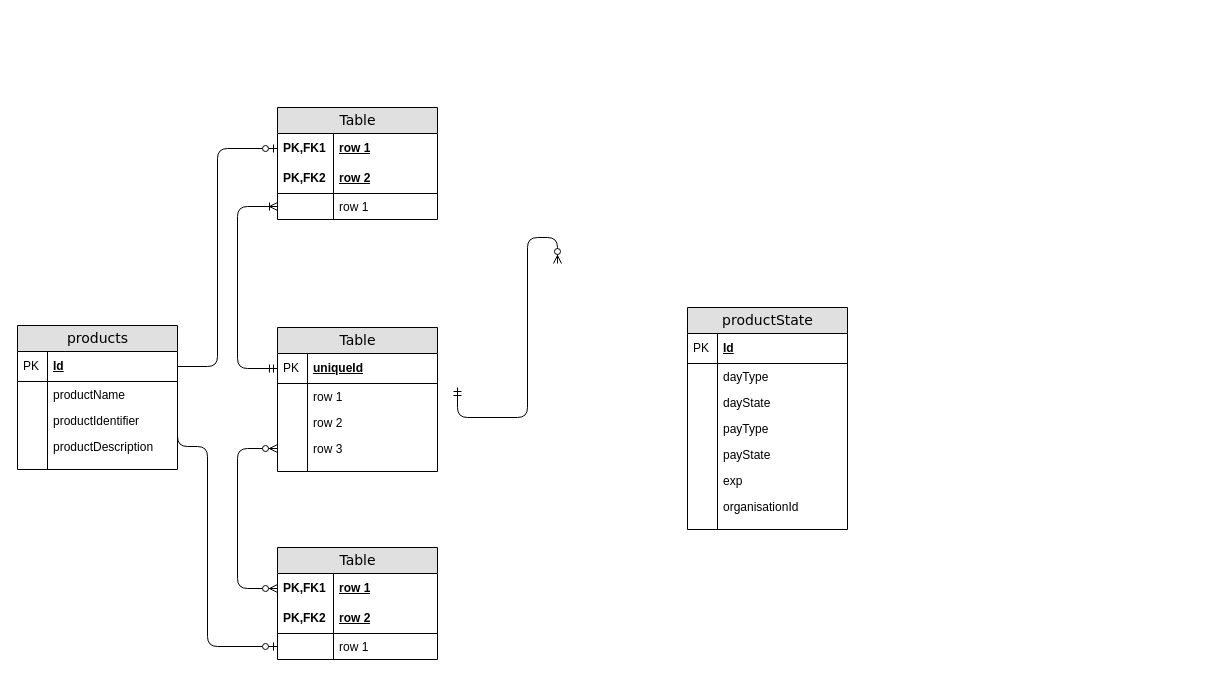
This is backStageRelation.drawio from Shiva1010/myFlow, a draw.io file, before an edit. Source tidied: cells renumbered, new cells numbered last; positions are measured from the earlier drawing's top-left corner, leaving out a move shared by most shapes. Both pictures are drawn from the tidied source at 100%, with x=0, y=0 at pixel (17, 107).
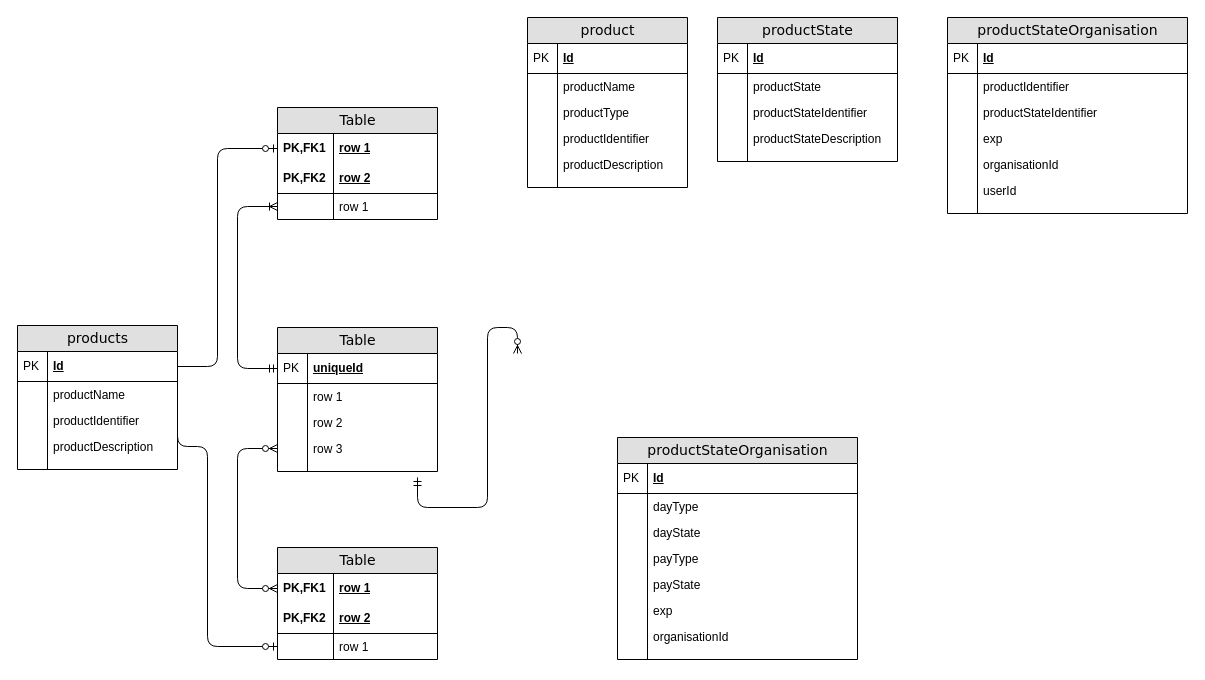
The same page after the edit.

The edit, as a diff of the source:
```diff
@@
     <mxCell id="29" style="edgeStyle=orthogonalEdgeStyle;html=1;endArrow=ERzeroToMany;startArrow=ERmandOne;labelBackgroundColor=none;fontFamily=Verdana;fontSize=14;entryX=0;entryY=0.308;entryPerimeter=0;exitX=0;exitY=0.5;" parent="1" edge="1">
       <mxGeometry relative="1" as="geometry">
-        <mxPoint x="440" y="280" as="sourcePoint" />
-        <mxPoint x="540" y="156" as="targetPoint" />
+        <mxPoint x="400" y="370" as="sourcePoint" />
+        <mxPoint x="500" y="246" as="targetPoint" />
         <Array as="points">
-          <mxPoint x="510" y="310" />
-          <mxPoint x="510" y="130" />
+          <mxPoint x="470" y="400" />
+          <mxPoint x="470" y="220" />
         </Array>
       </mxGeometry>
     </mxCell>
@@
-    <mxCell id="43" value="productState" style="swimlane;html=1;fontStyle=0;horizontal=1;startSize=26;fillColor=#e0e0e0;swimlaneFillColor=#ffffff;align=center;rounded=0;shadow=0;comic=0;labelBackgroundColor=none;strokeWidth=1;fontFamily=Verdana;fontSize=14;" parent="1" vertex="1">
-      <mxGeometry x="670" y="200" width="160" height="222" as="geometry" />
+    <mxCell id="43" value="productStateOrganisation" style="swimlane;html=1;fontStyle=0;horizontal=1;startSize=26;fillColor=#e0e0e0;swimlaneFillColor=#ffffff;align=center;rounded=0;shadow=0;comic=0;labelBackgroundColor=none;strokeWidth=1;fontFamily=Verdana;fontSize=14;" parent="1" vertex="1">
+      <mxGeometry x="930" y="-90" width="240" height="196" as="geometry" />
     </mxCell>
     <mxCell id="44" value="Id" style="shape=partialRectangle;top=0;left=0;right=0;bottom=1;html=1;align=left;verticalAlign=middle;fillColor=none;spacingLeft=34;spacingRight=4;whiteSpace=wrap;overflow=hidden;fontStyle=5;" parent="43" vertex="1">
-      <mxGeometry y="26" width="160" height="30" as="geometry" />
+      <mxGeometry y="26" width="240" height="30" as="geometry" />
     </mxCell>
@@
-    <mxCell id="46" value="dayType" style="shape=partialRectangle;top=0;left=0;right=0;bottom=0;html=1;align=left;verticalAlign=top;fillColor=none;spacingLeft=34;spacingRight=4;whiteSpace=wrap;overflow=hidden;" parent="43" vertex="1">
-      <mxGeometry y="56" width="160" height="26" as="geometry" />
+    <mxCell id="46" value="productIdentifier" style="shape=partialRectangle;top=0;left=0;right=0;bottom=0;html=1;align=left;verticalAlign=top;fillColor=none;spacingLeft=34;spacingRight=4;whiteSpace=wrap;overflow=hidden;" parent="43" vertex="1">
+      <mxGeometry y="56" width="240" height="26" as="geometry" />
     </mxCell>
@@
-    <mxCell id="48" value="dayState" style="shape=partialRectangle;top=0;left=0;right=0;bottom=0;html=1;align=left;verticalAlign=top;fillColor=none;spacingLeft=34;spacingRight=4;whiteSpace=wrap;overflow=hidden;" parent="43" vertex="1">
-      <mxGeometry y="82" width="160" height="26" as="geometry" />
+    <mxCell id="48" value="productStateIdentifier" style="shape=partialRectangle;top=0;left=0;right=0;bottom=0;html=1;align=left;verticalAlign=top;fillColor=none;spacingLeft=34;spacingRight=4;whiteSpace=wrap;overflow=hidden;" parent="43" vertex="1">
+      <mxGeometry y="82" width="240" height="26" as="geometry" />
     </mxCell>
@@
-    <mxCell id="50" value="payType" style="shape=partialRectangle;top=0;left=0;right=0;bottom=0;html=1;align=left;verticalAlign=top;fillColor=none;spacingLeft=34;spacingRight=4;whiteSpace=wrap;overflow=hidden;" parent="43" vertex="1">
-      <mxGeometry y="108" width="160" height="26" as="geometry" />
-    </mxCell>
-    <mxCell id="51" style="shape=partialRectangle;top=0;left=0;bottom=0;html=1;fillColor=none;align=left;verticalAlign=top;spacingLeft=4;spacingRight=4;whiteSpace=wrap;overflow=hidden;" parent="50" vertex="1">
-      <mxGeometry width="30" height="26" as="geometry" />
-    </mxCell>
-    <mxCell id="52" value="payState" style="shape=partialRectangle;top=0;left=0;right=0;bottom=0;html=1;align=left;verticalAlign=top;fillColor=none;spacingLeft=34;spacingRight=4;whiteSpace=wrap;overflow=hidden;" parent="43" vertex="1">
-      <mxGeometry y="134" width="160" height="26" as="geometry" />
-    </mxCell>
-    <mxCell id="53" style="shape=partialRectangle;top=0;left=0;bottom=0;html=1;fillColor=none;align=left;verticalAlign=top;spacingLeft=4;spacingRight=4;whiteSpace=wrap;overflow=hidden;" parent="52" vertex="1">
-      <mxGeometry width="30" height="26" as="geometry" />
-    </mxCell>
     <mxCell id="54" value="exp&lt;br&gt;" style="shape=partialRectangle;top=0;left=0;right=0;bottom=0;html=1;align=left;verticalAlign=top;fillColor=none;spacingLeft=34;spacingRight=4;whiteSpace=wrap;overflow=hidden;" parent="43" vertex="1">
-      <mxGeometry y="160" width="160" height="26" as="geometry" />
+      <mxGeometry y="108" width="240" height="26" as="geometry" />
     </mxCell>
@@
     <mxCell id="56" value="organisationId" style="shape=partialRectangle;top=0;left=0;right=0;bottom=0;html=1;align=left;verticalAlign=top;fillColor=none;spacingLeft=34;spacingRight=4;whiteSpace=wrap;overflow=hidden;" parent="43" vertex="1">
-      <mxGeometry y="186" width="160" height="26" as="geometry" />
+      <mxGeometry y="134" width="240" height="26" as="geometry" />
     </mxCell>
@@
+    <mxCell id="60" value="userId" style="shape=partialRectangle;top=0;left=0;right=0;bottom=0;html=1;align=left;verticalAlign=top;fillColor=none;spacingLeft=34;spacingRight=4;whiteSpace=wrap;overflow=hidden;" parent="43" vertex="1">
+      <mxGeometry y="160" width="240" height="26" as="geometry" />
+    </mxCell>
+    <mxCell id="61" style="shape=partialRectangle;top=0;left=0;bottom=0;html=1;fillColor=none;align=left;verticalAlign=top;spacingLeft=4;spacingRight=4;whiteSpace=wrap;overflow=hidden;" parent="60" vertex="1">
+      <mxGeometry width="30" height="26" as="geometry" />
+    </mxCell>
     <mxCell id="58" style="shape=partialRectangle;top=0;left=0;right=0;bottom=0;html=1;align=left;verticalAlign=top;fillColor=none;spacingLeft=34;spacingRight=4;whiteSpace=wrap;overflow=hidden;" parent="43" vertex="1">
-      <mxGeometry y="212" width="160" height="10" as="geometry" />
+      <mxGeometry y="186" width="240" height="10" as="geometry" />
     </mxCell>
@@
+    <mxCell id="62" value="product" style="swimlane;html=1;fontStyle=0;horizontal=1;startSize=26;fillColor=#e0e0e0;swimlaneFillColor=#ffffff;align=center;rounded=0;shadow=0;comic=0;labelBackgroundColor=none;strokeWidth=1;fontFamily=Verdana;fontSize=14;" parent="1" vertex="1">
+      <mxGeometry x="510" y="-90" width="160" height="170" as="geometry" />
+    </mxCell>
+    <mxCell id="63" value="Id" style="shape=partialRectangle;top=0;left=0;right=0;bottom=1;html=1;align=left;verticalAlign=middle;fillColor=none;spacingLeft=34;spacingRight=4;whiteSpace=wrap;overflow=hidden;fontStyle=5;" parent="62" vertex="1">
+      <mxGeometry y="26" width="160" height="30" as="geometry" />
+    </mxCell>
+    <mxCell id="64" value="PK" style="shape=partialRectangle;top=0;left=0;bottom=0;html=1;fillColor=none;align=left;verticalAlign=middle;spacingLeft=4;spacingRight=4;whiteSpace=wrap;overflow=hidden;" parent="63" vertex="1">
+      <mxGeometry width="30" height="30" as="geometry" />
+    </mxCell>
+    <mxCell id="65" value="productName" style="shape=partialRectangle;top=0;left=0;right=0;bottom=0;html=1;align=left;verticalAlign=top;fillColor=none;spacingLeft=34;spacingRight=4;whiteSpace=wrap;overflow=hidden;" parent="62" vertex="1">
+      <mxGeometry y="56" width="160" height="26" as="geometry" />
+    </mxCell>
+    <mxCell id="66" style="shape=partialRectangle;top=0;left=0;bottom=0;html=1;fillColor=none;align=left;verticalAlign=top;spacingLeft=4;spacingRight=4;whiteSpace=wrap;overflow=hidden;" parent="65" vertex="1">
+      <mxGeometry width="30" height="26" as="geometry" />
+    </mxCell>
+    <mxCell id="67" value="productType" style="shape=partialRectangle;top=0;left=0;right=0;bottom=0;html=1;align=left;verticalAlign=top;fillColor=none;spacingLeft=34;spacingRight=4;whiteSpace=wrap;overflow=hidden;" parent="62" vertex="1">
+      <mxGeometry y="82" width="160" height="26" as="geometry" />
+    </mxCell>
+    <mxCell id="68" style="shape=partialRectangle;top=0;left=0;bottom=0;html=1;fillColor=none;align=left;verticalAlign=top;spacingLeft=4;spacingRight=4;whiteSpace=wrap;overflow=hidden;" parent="67" vertex="1">
+      <mxGeometry width="30" height="26" as="geometry" />
+    </mxCell>
+    <mxCell id="69" value="productIdentifier" style="shape=partialRectangle;top=0;left=0;right=0;bottom=0;html=1;align=left;verticalAlign=top;fillColor=none;spacingLeft=34;spacingRight=4;whiteSpace=wrap;overflow=hidden;" parent="62" vertex="1">
+      <mxGeometry y="108" width="160" height="26" as="geometry" />
+    </mxCell>
+    <mxCell id="70" style="shape=partialRectangle;top=0;left=0;bottom=0;html=1;fillColor=none;align=left;verticalAlign=top;spacingLeft=4;spacingRight=4;whiteSpace=wrap;overflow=hidden;" parent="69" vertex="1">
+      <mxGeometry width="30" height="26" as="geometry" />
+    </mxCell>
+    <mxCell id="71" value="productDescription" style="shape=partialRectangle;top=0;left=0;right=0;bottom=0;html=1;align=left;verticalAlign=top;fillColor=none;spacingLeft=34;spacingRight=4;whiteSpace=wrap;overflow=hidden;" parent="62" vertex="1">
+      <mxGeometry y="134" width="160" height="26" as="geometry" />
+    </mxCell>
+    <mxCell id="72" style="shape=partialRectangle;top=0;left=0;bottom=0;html=1;fillColor=none;align=left;verticalAlign=top;spacingLeft=4;spacingRight=4;whiteSpace=wrap;overflow=hidden;" parent="71" vertex="1">
+      <mxGeometry width="30" height="26" as="geometry" />
+    </mxCell>
+    <mxCell id="73" style="shape=partialRectangle;top=0;left=0;right=0;bottom=0;html=1;align=left;verticalAlign=top;fillColor=none;spacingLeft=34;spacingRight=4;whiteSpace=wrap;overflow=hidden;" parent="62" vertex="1">
+      <mxGeometry y="160" width="160" height="10" as="geometry" />
+    </mxCell>
+    <mxCell id="74" style="shape=partialRectangle;top=0;left=0;bottom=0;html=1;fillColor=none;align=left;verticalAlign=top;spacingLeft=4;spacingRight=4;whiteSpace=wrap;overflow=hidden;" parent="73" vertex="1">
+      <mxGeometry width="30" height="10" as="geometry" />
+    </mxCell>
+    <mxCell id="75" value="productState" style="swimlane;html=1;fontStyle=0;horizontal=1;startSize=26;fillColor=#e0e0e0;swimlaneFillColor=#ffffff;align=center;rounded=0;shadow=0;comic=0;labelBackgroundColor=none;strokeWidth=1;fontFamily=Verdana;fontSize=14;" parent="1" vertex="1">
+      <mxGeometry x="700" y="-90" width="180" height="144" as="geometry" />
+    </mxCell>
+    <mxCell id="76" value="Id" style="shape=partialRectangle;top=0;left=0;right=0;bottom=1;html=1;align=left;verticalAlign=middle;fillColor=none;spacingLeft=34;spacingRight=4;whiteSpace=wrap;overflow=hidden;fontStyle=5;" parent="75" vertex="1">
+      <mxGeometry y="26" width="180" height="30" as="geometry" />
+    </mxCell>
+    <mxCell id="77" value="PK" style="shape=partialRectangle;top=0;left=0;bottom=0;html=1;fillColor=none;align=left;verticalAlign=middle;spacingLeft=4;spacingRight=4;whiteSpace=wrap;overflow=hidden;" parent="76" vertex="1">
+      <mxGeometry width="30" height="30" as="geometry" />
+    </mxCell>
+    <mxCell id="78" value="productState" style="shape=partialRectangle;top=0;left=0;right=0;bottom=0;html=1;align=left;verticalAlign=top;fillColor=none;spacingLeft=34;spacingRight=4;whiteSpace=wrap;overflow=hidden;" parent="75" vertex="1">
+      <mxGeometry y="56" width="180" height="26" as="geometry" />
+    </mxCell>
+    <mxCell id="79" style="shape=partialRectangle;top=0;left=0;bottom=0;html=1;fillColor=none;align=left;verticalAlign=top;spacingLeft=4;spacingRight=4;whiteSpace=wrap;overflow=hidden;" parent="78" vertex="1">
+      <mxGeometry width="30" height="26" as="geometry" />
+    </mxCell>
+    <mxCell id="80" value="productStateIdentifier" style="shape=partialRectangle;top=0;left=0;right=0;bottom=0;html=1;align=left;verticalAlign=top;fillColor=none;spacingLeft=34;spacingRight=4;whiteSpace=wrap;overflow=hidden;" parent="75" vertex="1">
+      <mxGeometry y="82" width="180" height="26" as="geometry" />
+    </mxCell>
+    <mxCell id="81" style="shape=partialRectangle;top=0;left=0;bottom=0;html=1;fillColor=none;align=left;verticalAlign=top;spacingLeft=4;spacingRight=4;whiteSpace=wrap;overflow=hidden;" parent="80" vertex="1">
+      <mxGeometry width="30" height="26" as="geometry" />
+    </mxCell>
+    <mxCell id="82" value="productStateDescription" style="shape=partialRectangle;top=0;left=0;right=0;bottom=0;html=1;align=left;verticalAlign=top;fillColor=none;spacingLeft=34;spacingRight=4;whiteSpace=wrap;overflow=hidden;" parent="75" vertex="1">
+      <mxGeometry y="108" width="180" height="26" as="geometry" />
+    </mxCell>
+    <mxCell id="83" style="shape=partialRectangle;top=0;left=0;bottom=0;html=1;fillColor=none;align=left;verticalAlign=top;spacingLeft=4;spacingRight=4;whiteSpace=wrap;overflow=hidden;" parent="82" vertex="1">
+      <mxGeometry width="30" height="26" as="geometry" />
+    </mxCell>
+    <mxCell id="84" style="shape=partialRectangle;top=0;left=0;right=0;bottom=0;html=1;align=left;verticalAlign=top;fillColor=none;spacingLeft=34;spacingRight=4;whiteSpace=wrap;overflow=hidden;" parent="75" vertex="1">
+      <mxGeometry y="134" width="180" height="10" as="geometry" />
+    </mxCell>
+    <mxCell id="85" style="shape=partialRectangle;top=0;left=0;bottom=0;html=1;fillColor=none;align=left;verticalAlign=top;spacingLeft=4;spacingRight=4;whiteSpace=wrap;overflow=hidden;" parent="84" vertex="1">
+      <mxGeometry width="30" height="10" as="geometry" />
+    </mxCell>
+    <mxCell id="86" value="productStateOrganisation" style="swimlane;html=1;fontStyle=0;horizontal=1;startSize=26;fillColor=#e0e0e0;swimlaneFillColor=#ffffff;align=center;rounded=0;shadow=0;comic=0;labelBackgroundColor=none;strokeWidth=1;fontFamily=Verdana;fontSize=14;" parent="1" vertex="1">
+      <mxGeometry x="600" y="330" width="240" height="222" as="geometry" />
+    </mxCell>
+    <mxCell id="87" value="Id" style="shape=partialRectangle;top=0;left=0;right=0;bottom=1;html=1;align=left;verticalAlign=middle;fillColor=none;spacingLeft=34;spacingRight=4;whiteSpace=wrap;overflow=hidden;fontStyle=5;" parent="86" vertex="1">
+      <mxGeometry y="26" width="240" height="30" as="geometry" />
+    </mxCell>
+    <mxCell id="88" value="PK" style="shape=partialRectangle;top=0;left=0;bottom=0;html=1;fillColor=none;align=left;verticalAlign=middle;spacingLeft=4;spacingRight=4;whiteSpace=wrap;overflow=hidden;" parent="87" vertex="1">
+      <mxGeometry width="30" height="30" as="geometry" />
+    </mxCell>
+    <mxCell id="89" value="dayType" style="shape=partialRectangle;top=0;left=0;right=0;bottom=0;html=1;align=left;verticalAlign=top;fillColor=none;spacingLeft=34;spacingRight=4;whiteSpace=wrap;overflow=hidden;" parent="86" vertex="1">
+      <mxGeometry y="56" width="240" height="26" as="geometry" />
+    </mxCell>
+    <mxCell id="90" style="shape=partialRectangle;top=0;left=0;bottom=0;html=1;fillColor=none;align=left;verticalAlign=top;spacingLeft=4;spacingRight=4;whiteSpace=wrap;overflow=hidden;" parent="89" vertex="1">
+      <mxGeometry width="30" height="26" as="geometry" />
+    </mxCell>
+    <mxCell id="91" value="dayState" style="shape=partialRectangle;top=0;left=0;right=0;bottom=0;html=1;align=left;verticalAlign=top;fillColor=none;spacingLeft=34;spacingRight=4;whiteSpace=wrap;overflow=hidden;" parent="86" vertex="1">
+      <mxGeometry y="82" width="240" height="26" as="geometry" />
+    </mxCell>
+    <mxCell id="92" style="shape=partialRectangle;top=0;left=0;bottom=0;html=1;fillColor=none;align=left;verticalAlign=top;spacingLeft=4;spacingRight=4;whiteSpace=wrap;overflow=hidden;" parent="91" vertex="1">
+      <mxGeometry width="30" height="26" as="geometry" />
+    </mxCell>
+    <mxCell id="50" value="payType" style="shape=partialRectangle;top=0;left=0;right=0;bottom=0;html=1;align=left;verticalAlign=top;fillColor=none;spacingLeft=34;spacingRight=4;whiteSpace=wrap;overflow=hidden;" parent="86" vertex="1">
+      <mxGeometry y="108" width="240" height="26" as="geometry" />
+    </mxCell>
+    <mxCell id="93" style="shape=partialRectangle;top=0;left=0;bottom=0;html=1;fillColor=none;align=left;verticalAlign=top;spacingLeft=4;spacingRight=4;whiteSpace=wrap;overflow=hidden;" parent="50" vertex="1">
+      <mxGeometry width="30" height="26" as="geometry" />
+    </mxCell>
+    <mxCell id="52" value="payState" style="shape=partialRectangle;top=0;left=0;right=0;bottom=0;html=1;align=left;verticalAlign=top;fillColor=none;spacingLeft=34;spacingRight=4;whiteSpace=wrap;overflow=hidden;" parent="86" vertex="1">
+      <mxGeometry y="134" width="240" height="26" as="geometry" />
+    </mxCell>
+    <mxCell id="94" style="shape=partialRectangle;top=0;left=0;bottom=0;html=1;fillColor=none;align=left;verticalAlign=top;spacingLeft=4;spacingRight=4;whiteSpace=wrap;overflow=hidden;" parent="52" vertex="1">
+      <mxGeometry width="30" height="26" as="geometry" />
+    </mxCell>
+    <mxCell id="95" value="exp&lt;br&gt;" style="shape=partialRectangle;top=0;left=0;right=0;bottom=0;html=1;align=left;verticalAlign=top;fillColor=none;spacingLeft=34;spacingRight=4;whiteSpace=wrap;overflow=hidden;" parent="86" vertex="1">
+      <mxGeometry y="160" width="240" height="26" as="geometry" />
+    </mxCell>
+    <mxCell id="96" style="shape=partialRectangle;top=0;left=0;bottom=0;html=1;fillColor=none;align=left;verticalAlign=top;spacingLeft=4;spacingRight=4;whiteSpace=wrap;overflow=hidden;" parent="95" vertex="1">
+      <mxGeometry width="30" height="26" as="geometry" />
+    </mxCell>
+    <mxCell id="97" value="organisationId" style="shape=partialRectangle;top=0;left=0;right=0;bottom=0;html=1;align=left;verticalAlign=top;fillColor=none;spacingLeft=34;spacingRight=4;whiteSpace=wrap;overflow=hidden;" parent="86" vertex="1">
+      <mxGeometry y="186" width="240" height="26" as="geometry" />
+    </mxCell>
+    <mxCell id="98" style="shape=partialRectangle;top=0;left=0;bottom=0;html=1;fillColor=none;align=left;verticalAlign=top;spacingLeft=4;spacingRight=4;whiteSpace=wrap;overflow=hidden;" parent="97" vertex="1">
+      <mxGeometry width="30" height="26" as="geometry" />
+    </mxCell>
+    <mxCell id="99" style="shape=partialRectangle;top=0;left=0;right=0;bottom=0;html=1;align=left;verticalAlign=top;fillColor=none;spacingLeft=34;spacingRight=4;whiteSpace=wrap;overflow=hidden;" parent="86" vertex="1">
+      <mxGeometry y="212" width="240" height="10" as="geometry" />
+    </mxCell>
+    <mxCell id="100" style="shape=partialRectangle;top=0;left=0;bottom=0;html=1;fillColor=none;align=left;verticalAlign=top;spacingLeft=4;spacingRight=4;whiteSpace=wrap;overflow=hidden;" parent="99" vertex="1">
+      <mxGeometry width="30" height="10" as="geometry" />
+    </mxCell>
```
